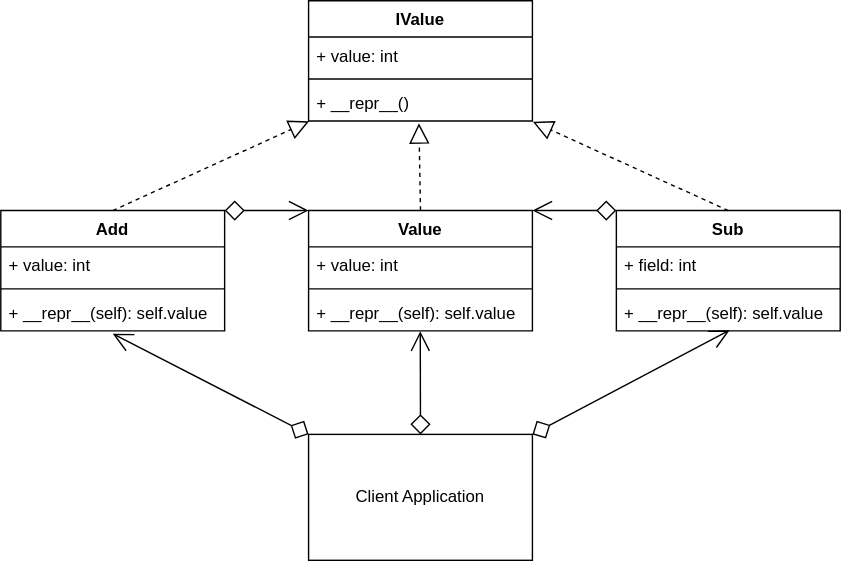
This is img/decorator_example.svg from Sean-Bradley/Design-Patterns-In-Python, a draw.io export, as it was before one commit. Source tidied: cells renumbered, new cells last; positions are measured from the earlier drawing's top-left corner, leaving out a move shared by most shapes. The source it was exported from:
```xml
<mxGraphModel>
  <root>
    <mxCell id="0" />
    <mxCell id="1" parent="0" />
    <mxCell id="2" style="rounded=0;jettySize=auto;html=1;endArrow=block;endFill=0;dashed=1;startSize=6;endSize=12;entryX=0.493;entryY=1.062;entryDx=0;entryDy=0;entryPerimeter=0;exitX=0.5;exitY=0;exitDx=0;exitDy=0;" parent="1" edge="1" source="12" target="11">
      <mxGeometry relative="1" as="geometry" />
    </mxCell>
    <mxCell id="3" value="Client Application" style="rounded=0;whiteSpace=wrap;html=1;" parent="1" vertex="1">
      <mxGeometry x="220" y="310" width="160" height="90" as="geometry" />
    </mxCell>
    <mxCell id="4" style="endArrow=diamond;endFill=0;endSize=12;html=1;startArrow=open;startFill=0;exitX=0.499;exitY=1.009;exitDx=0;exitDy=0;exitPerimeter=0;entryX=0.5;entryY=0;entryDx=0;entryDy=0;startSize=12;" parent="1" edge="1" source="15" target="3">
      <mxGeometry relative="1" as="geometry" />
    </mxCell>
    <mxCell id="5" style="rounded=0;jettySize=auto;html=1;endArrow=block;endFill=0;dashed=1;startSize=6;endSize=12;entryX=0.002;entryY=1.009;entryDx=0;entryDy=0;entryPerimeter=0;exitX=0.5;exitY=0;exitDx=0;exitDy=0;" parent="1" edge="1" source="16" target="11">
      <mxGeometry relative="1" as="geometry" />
    </mxCell>
    <mxCell id="6" style="endArrow=diamond;endFill=0;endSize=12;html=1;startArrow=open;startFill=0;exitX=0;exitY=0;exitDx=0;exitDy=0;entryX=1;entryY=0;entryDx=0;entryDy=0;startSize=12;" parent="1" edge="1" source="12" target="16">
      <mxGeometry relative="1" as="geometry" />
    </mxCell>
    <mxCell id="7" style="endArrow=diamond;endFill=0;endSize=12;html=1;startArrow=open;startFill=0;entryX=0;entryY=0;entryDx=0;entryDy=0;startSize=12;exitX=0.5;exitY=1.077;exitDx=0;exitDy=0;exitPerimeter=0;" parent="1" edge="1" source="19" target="3">
      <mxGeometry relative="1" as="geometry" />
    </mxCell>
    <mxCell id="8" value="IValue" style="swimlane;fontStyle=1;align=center;verticalAlign=top;horizontal=1;startSize=26;" parent="1" vertex="1">
      <mxGeometry x="220" width="160" height="86" as="geometry" />
    </mxCell>
    <mxCell id="9" value="+ value: int" style="text;strokeColor=none;fillColor=none;align=left;verticalAlign=top;spacingLeft=4;spacingRight=4;overflow=hidden;" parent="8" vertex="1">
      <mxGeometry y="26" width="160" height="26" as="geometry" />
    </mxCell>
    <mxCell id="10" style="line;strokeWidth=1;fillColor=none;align=left;verticalAlign=middle;spacingTop=-1;spacingLeft=3;spacingRight=3;labelPosition=right;" parent="8" vertex="1">
      <mxGeometry y="52" width="160" height="8" as="geometry" />
    </mxCell>
    <mxCell id="11" value="+ __repr__()" style="text;strokeColor=none;fillColor=none;align=left;verticalAlign=top;spacingLeft=4;spacingRight=4;overflow=hidden;points=[[0,0.5],[1,0.5]];portConstraint=eastwest;" parent="8" vertex="1">
      <mxGeometry y="60" width="160" height="26" as="geometry" />
    </mxCell>
    <mxCell id="12" value="Value" style="swimlane;fontStyle=1;align=center;verticalAlign=top;horizontal=1;startSize=26;" parent="1" vertex="1">
      <mxGeometry x="220" y="150" width="160" height="86" as="geometry" />
    </mxCell>
    <mxCell id="13" value="+ value: int" style="text;strokeColor=none;fillColor=none;align=left;verticalAlign=top;spacingLeft=4;spacingRight=4;overflow=hidden;" parent="12" vertex="1">
      <mxGeometry y="26" width="160" height="26" as="geometry" />
    </mxCell>
    <mxCell id="14" style="line;strokeWidth=1;fillColor=none;align=left;verticalAlign=middle;spacingTop=-1;spacingLeft=3;spacingRight=3;labelPosition=right;" parent="12" vertex="1">
      <mxGeometry y="52" width="160" height="8" as="geometry" />
    </mxCell>
    <mxCell id="15" value="+ __repr__(self): self.value" style="text;strokeColor=none;fillColor=none;align=left;verticalAlign=top;spacingLeft=4;spacingRight=4;overflow=hidden;points=[[0,0.5],[1,0.5]];portConstraint=eastwest;" parent="12" vertex="1">
      <mxGeometry y="60" width="160" height="26" as="geometry" />
    </mxCell>
    <mxCell id="16" value="Add" style="swimlane;fontStyle=1;align=center;verticalAlign=top;horizontal=1;startSize=26;" parent="1" vertex="1">
      <mxGeometry y="150" width="160" height="86" as="geometry" />
    </mxCell>
    <mxCell id="17" value="+ value: int" style="text;strokeColor=none;fillColor=none;align=left;verticalAlign=top;spacingLeft=4;spacingRight=4;overflow=hidden;" parent="16" vertex="1">
      <mxGeometry y="26" width="160" height="26" as="geometry" />
    </mxCell>
    <mxCell id="18" style="line;strokeWidth=1;fillColor=none;align=left;verticalAlign=middle;spacingTop=-1;spacingLeft=3;spacingRight=3;labelPosition=right;" parent="16" vertex="1">
      <mxGeometry y="52" width="160" height="8" as="geometry" />
    </mxCell>
    <mxCell id="19" value="+ __repr__(self): self.value" style="text;strokeColor=none;fillColor=none;align=left;verticalAlign=top;spacingLeft=4;spacingRight=4;overflow=hidden;points=[[0,0.5],[1,0.5]];portConstraint=eastwest;" parent="16" vertex="1">
      <mxGeometry y="60" width="160" height="26" as="geometry" />
    </mxCell>
    <mxCell id="20" value="Sub" style="swimlane;fontStyle=1;align=center;verticalAlign=top;horizontal=1;startSize=26;" parent="1" vertex="1">
      <mxGeometry x="440" y="150" width="160" height="86" as="geometry" />
    </mxCell>
    <mxCell id="21" value="+ field: int" style="text;strokeColor=none;fillColor=none;align=left;verticalAlign=top;spacingLeft=4;spacingRight=4;overflow=hidden;" parent="20" vertex="1">
      <mxGeometry y="26" width="160" height="26" as="geometry" />
    </mxCell>
    <mxCell id="22" style="line;strokeWidth=1;fillColor=none;align=left;verticalAlign=middle;spacingTop=-1;spacingLeft=3;spacingRight=3;labelPosition=right;" parent="20" vertex="1">
      <mxGeometry y="52" width="160" height="8" as="geometry" />
    </mxCell>
    <mxCell id="23" value="+ __repr__(self): self.value" style="text;strokeColor=none;fillColor=none;align=left;verticalAlign=top;spacingLeft=4;spacingRight=4;overflow=hidden;points=[[0,0.5],[1,0.5]];portConstraint=eastwest;" parent="20" vertex="1">
      <mxGeometry y="60" width="160" height="26" as="geometry" />
    </mxCell>
    <mxCell id="24" style="endArrow=diamond;endFill=0;endSize=12;html=1;startArrow=open;startFill=0;exitX=0.506;exitY=0.983;exitDx=0;exitDy=0;exitPerimeter=0;entryX=1;entryY=0;entryDx=0;entryDy=0;startSize=12;" parent="1" edge="1" source="23" target="3">
      <mxGeometry relative="1" as="geometry" />
    </mxCell>
    <mxCell id="25" style="rounded=0;jettySize=auto;html=1;endArrow=block;endFill=0;dashed=1;startSize=6;endSize=12;entryX=1.002;entryY=1.023;entryDx=0;entryDy=0;entryPerimeter=0;exitX=0.5;exitY=0;exitDx=0;exitDy=0;" parent="1" edge="1" source="20" target="11">
      <mxGeometry relative="1" as="geometry" />
    </mxCell>
    <mxCell id="26" style="endArrow=diamond;endFill=0;endSize=12;html=1;startArrow=open;startFill=0;exitX=1;exitY=0;exitDx=0;exitDy=0;entryX=0;entryY=0;entryDx=0;entryDy=0;startSize=12;" parent="1" edge="1" source="12" target="20">
      <mxGeometry relative="1" as="geometry" />
    </mxCell>
  </root>
</mxGraphModel>
```
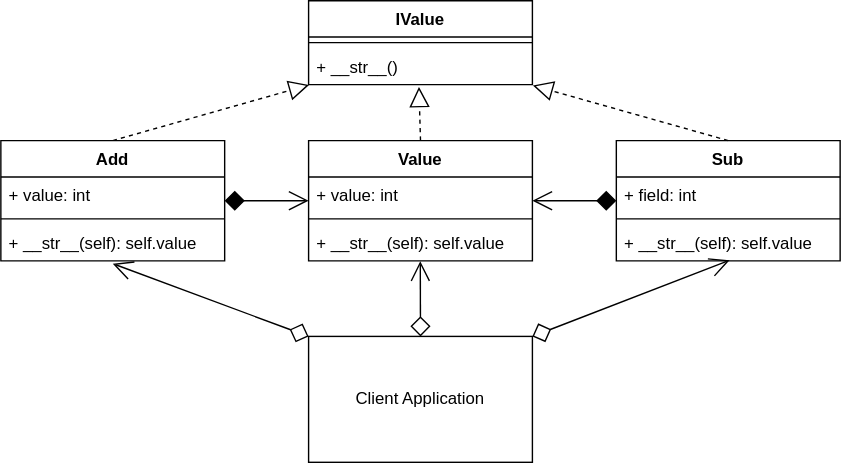
The same diagram one commit later.

Change to the diagram source:
```diff
@@ -6,7 +6,7 @@
       <mxGeometry relative="1" as="geometry" />
     </mxCell>
     <mxCell id="3" value="Client Application" style="rounded=0;whiteSpace=wrap;html=1;" parent="1" vertex="1">
-      <mxGeometry x="220" y="310" width="160" height="90" as="geometry" />
+      <mxGeometry x="220" y="290" width="160" height="90" as="geometry" />
     </mxCell>
     <mxCell id="4" style="endArrow=diamond;endFill=0;endSize=12;html=1;startArrow=open;startFill=0;exitX=0.499;exitY=1.009;exitDx=0;exitDy=0;exitPerimeter=0;entryX=0.5;entryY=0;entryDx=0;entryDy=0;startSize=12;" parent="1" edge="1" source="15" target="3">
       <mxGeometry relative="1" as="geometry" />
@@ -14,23 +14,20 @@
     <mxCell id="5" style="rounded=0;jettySize=auto;html=1;endArrow=block;endFill=0;dashed=1;startSize=6;endSize=12;entryX=0.002;entryY=1.009;entryDx=0;entryDy=0;entryPerimeter=0;exitX=0.5;exitY=0;exitDx=0;exitDy=0;" parent="1" edge="1" source="16" target="11">
       <mxGeometry relative="1" as="geometry" />
     </mxCell>
-    <mxCell id="6" style="endArrow=diamond;endFill=0;endSize=12;html=1;startArrow=open;startFill=0;exitX=0;exitY=0;exitDx=0;exitDy=0;entryX=1;entryY=0;entryDx=0;entryDy=0;startSize=12;" parent="1" edge="1" source="12" target="16">
+    <mxCell id="6" style="endArrow=diamond;endFill=1;endSize=12;html=1;startArrow=open;startFill=0;startSize=12;" parent="1" edge="1" source="12" target="16">
       <mxGeometry relative="1" as="geometry" />
     </mxCell>
     <mxCell id="7" style="endArrow=diamond;endFill=0;endSize=12;html=1;startArrow=open;startFill=0;entryX=0;entryY=0;entryDx=0;entryDy=0;startSize=12;exitX=0.5;exitY=1.077;exitDx=0;exitDy=0;exitPerimeter=0;" parent="1" edge="1" source="19" target="3">
       <mxGeometry relative="1" as="geometry" />
     </mxCell>
     <mxCell id="8" value="IValue" style="swimlane;fontStyle=1;align=center;verticalAlign=top;horizontal=1;startSize=26;" parent="1" vertex="1">
-      <mxGeometry x="220" width="160" height="86" as="geometry" />
+      <mxGeometry x="220" y="50" width="160" height="60" as="geometry" />
     </mxCell>
-    <mxCell id="9" value="+ value: int" style="text;strokeColor=none;fillColor=none;align=left;verticalAlign=top;spacingLeft=4;spacingRight=4;overflow=hidden;" parent="8" vertex="1">
-      <mxGeometry y="26" width="160" height="26" as="geometry" />
-    </mxCell>
     <mxCell id="10" style="line;strokeWidth=1;fillColor=none;align=left;verticalAlign=middle;spacingTop=-1;spacingLeft=3;spacingRight=3;labelPosition=right;" parent="8" vertex="1">
-      <mxGeometry y="52" width="160" height="8" as="geometry" />
+      <mxGeometry y="26" width="160" height="8" as="geometry" />
     </mxCell>
-    <mxCell id="11" value="+ __repr__()" style="text;strokeColor=none;fillColor=none;align=left;verticalAlign=top;spacingLeft=4;spacingRight=4;overflow=hidden;points=[[0,0.5],[1,0.5]];portConstraint=eastwest;" parent="8" vertex="1">
-      <mxGeometry y="60" width="160" height="26" as="geometry" />
+    <mxCell id="11" value="+ __str__()" style="text;strokeColor=none;fillColor=none;align=left;verticalAlign=top;spacingLeft=4;spacingRight=4;overflow=hidden;points=[[0,0.5],[1,0.5]];portConstraint=eastwest;" parent="8" vertex="1">
+      <mxGeometry y="34" width="160" height="26" as="geometry" />
     </mxCell>
     <mxCell id="12" value="Value" style="swimlane;fontStyle=1;align=center;verticalAlign=top;horizontal=1;startSize=26;" parent="1" vertex="1">
       <mxGeometry x="220" y="150" width="160" height="86" as="geometry" />
@@ -41,7 +38,7 @@
     <mxCell id="14" style="line;strokeWidth=1;fillColor=none;align=left;verticalAlign=middle;spacingTop=-1;spacingLeft=3;spacingRight=3;labelPosition=right;" parent="12" vertex="1">
       <mxGeometry y="52" width="160" height="8" as="geometry" />
     </mxCell>
-    <mxCell id="15" value="+ __repr__(self): self.value" style="text;strokeColor=none;fillColor=none;align=left;verticalAlign=top;spacingLeft=4;spacingRight=4;overflow=hidden;points=[[0,0.5],[1,0.5]];portConstraint=eastwest;" parent="12" vertex="1">
+    <mxCell id="15" value="+ __str__(self): self.value" style="text;strokeColor=none;fillColor=none;align=left;verticalAlign=top;spacingLeft=4;spacingRight=4;overflow=hidden;points=[[0,0.5],[1,0.5]];portConstraint=eastwest;" parent="12" vertex="1">
       <mxGeometry y="60" width="160" height="26" as="geometry" />
     </mxCell>
     <mxCell id="16" value="Add" style="swimlane;fontStyle=1;align=center;verticalAlign=top;horizontal=1;startSize=26;" parent="1" vertex="1">
@@ -53,7 +50,7 @@
     <mxCell id="18" style="line;strokeWidth=1;fillColor=none;align=left;verticalAlign=middle;spacingTop=-1;spacingLeft=3;spacingRight=3;labelPosition=right;" parent="16" vertex="1">
       <mxGeometry y="52" width="160" height="8" as="geometry" />
     </mxCell>
-    <mxCell id="19" value="+ __repr__(self): self.value" style="text;strokeColor=none;fillColor=none;align=left;verticalAlign=top;spacingLeft=4;spacingRight=4;overflow=hidden;points=[[0,0.5],[1,0.5]];portConstraint=eastwest;" parent="16" vertex="1">
+    <mxCell id="19" value="+ __str__(self): self.value" style="text;strokeColor=none;fillColor=none;align=left;verticalAlign=top;spacingLeft=4;spacingRight=4;overflow=hidden;points=[[0,0.5],[1,0.5]];portConstraint=eastwest;" parent="16" vertex="1">
       <mxGeometry y="60" width="160" height="26" as="geometry" />
     </mxCell>
     <mxCell id="20" value="Sub" style="swimlane;fontStyle=1;align=center;verticalAlign=top;horizontal=1;startSize=26;" parent="1" vertex="1">
@@ -65,7 +62,7 @@
     <mxCell id="22" style="line;strokeWidth=1;fillColor=none;align=left;verticalAlign=middle;spacingTop=-1;spacingLeft=3;spacingRight=3;labelPosition=right;" parent="20" vertex="1">
       <mxGeometry y="52" width="160" height="8" as="geometry" />
     </mxCell>
-    <mxCell id="23" value="+ __repr__(self): self.value" style="text;strokeColor=none;fillColor=none;align=left;verticalAlign=top;spacingLeft=4;spacingRight=4;overflow=hidden;points=[[0,0.5],[1,0.5]];portConstraint=eastwest;" parent="20" vertex="1">
+    <mxCell id="23" value="+ __str__(self): self.value" style="text;strokeColor=none;fillColor=none;align=left;verticalAlign=top;spacingLeft=4;spacingRight=4;overflow=hidden;points=[[0,0.5],[1,0.5]];portConstraint=eastwest;" parent="20" vertex="1">
       <mxGeometry y="60" width="160" height="26" as="geometry" />
     </mxCell>
     <mxCell id="24" style="endArrow=diamond;endFill=0;endSize=12;html=1;startArrow=open;startFill=0;exitX=0.506;exitY=0.983;exitDx=0;exitDy=0;exitPerimeter=0;entryX=1;entryY=0;entryDx=0;entryDy=0;startSize=12;" parent="1" edge="1" source="23" target="3">
@@ -74,7 +71,7 @@
     <mxCell id="25" style="rounded=0;jettySize=auto;html=1;endArrow=block;endFill=0;dashed=1;startSize=6;endSize=12;entryX=1.002;entryY=1.023;entryDx=0;entryDy=0;entryPerimeter=0;exitX=0.5;exitY=0;exitDx=0;exitDy=0;" parent="1" edge="1" source="20" target="11">
       <mxGeometry relative="1" as="geometry" />
     </mxCell>
-    <mxCell id="26" style="endArrow=diamond;endFill=0;endSize=12;html=1;startArrow=open;startFill=0;exitX=1;exitY=0;exitDx=0;exitDy=0;entryX=0;entryY=0;entryDx=0;entryDy=0;startSize=12;" parent="1" edge="1" source="12" target="20">
+    <mxCell id="26" style="endArrow=diamond;endFill=1;endSize=12;html=1;startArrow=open;startFill=0;startSize=12;" parent="1" edge="1" source="12" target="20">
       <mxGeometry relative="1" as="geometry" />
     </mxCell>
   </root>
```
